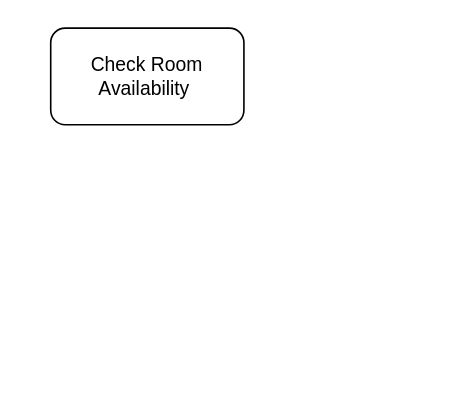
Tanaya-Bhide/PROJECT-MANAGEMENT keeps this draw.io diagram as Untitled Diagram.drawio. Above is the earlier version. Source tidied: cells renumbered, new cells numbered last; positions are measured from the earlier drawing's top-left corner, leaving out a move shared by most shapes. Both pictures are drawn from the tidied source at 161%, with x=0, y=0 at pixel (50, 27).
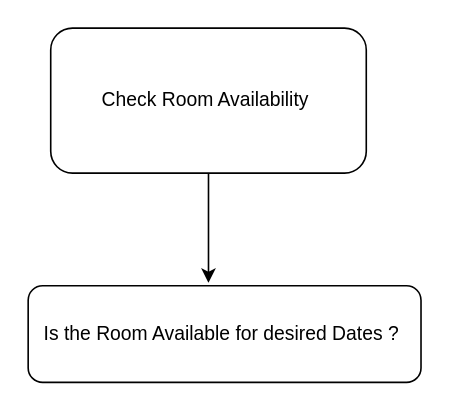
After the change.

Diff of the diagram source:
```diff
@@
 <mxGraphModel>
   <root>
     <mxCell id="0" />
     <mxCell id="1" parent="0" />
+    <mxCell id="3" style="edgeStyle=orthogonalEdgeStyle;rounded=0;jettySize=auto;html=1;entryX=0.459;entryY=-0.03;entryDx=0;entryDy=0;entryPerimeter=0;" parent="1" edge="1" source="2" target="4">
+      <mxGeometry relative="1" as="geometry" />
+    </mxCell>
     <mxCell id="2" value="Check Room Availability&amp;nbsp;" style="rounded=1;whiteSpace=wrap;html=1;" parent="1" vertex="1">
-      <mxGeometry width="120" height="60" as="geometry" />
+      <mxGeometry width="196" height="90" as="geometry" />
     </mxCell>
+    <mxCell id="4" value="Is the Room Available for desired Dates ?&amp;nbsp;" style="rounded=1;whiteSpace=wrap;html=1;" parent="1" vertex="1">
+      <mxGeometry x="-14" y="160" width="244" height="60" as="geometry" />
+    </mxCell>
   </root>
 </mxGraphModel>
```
